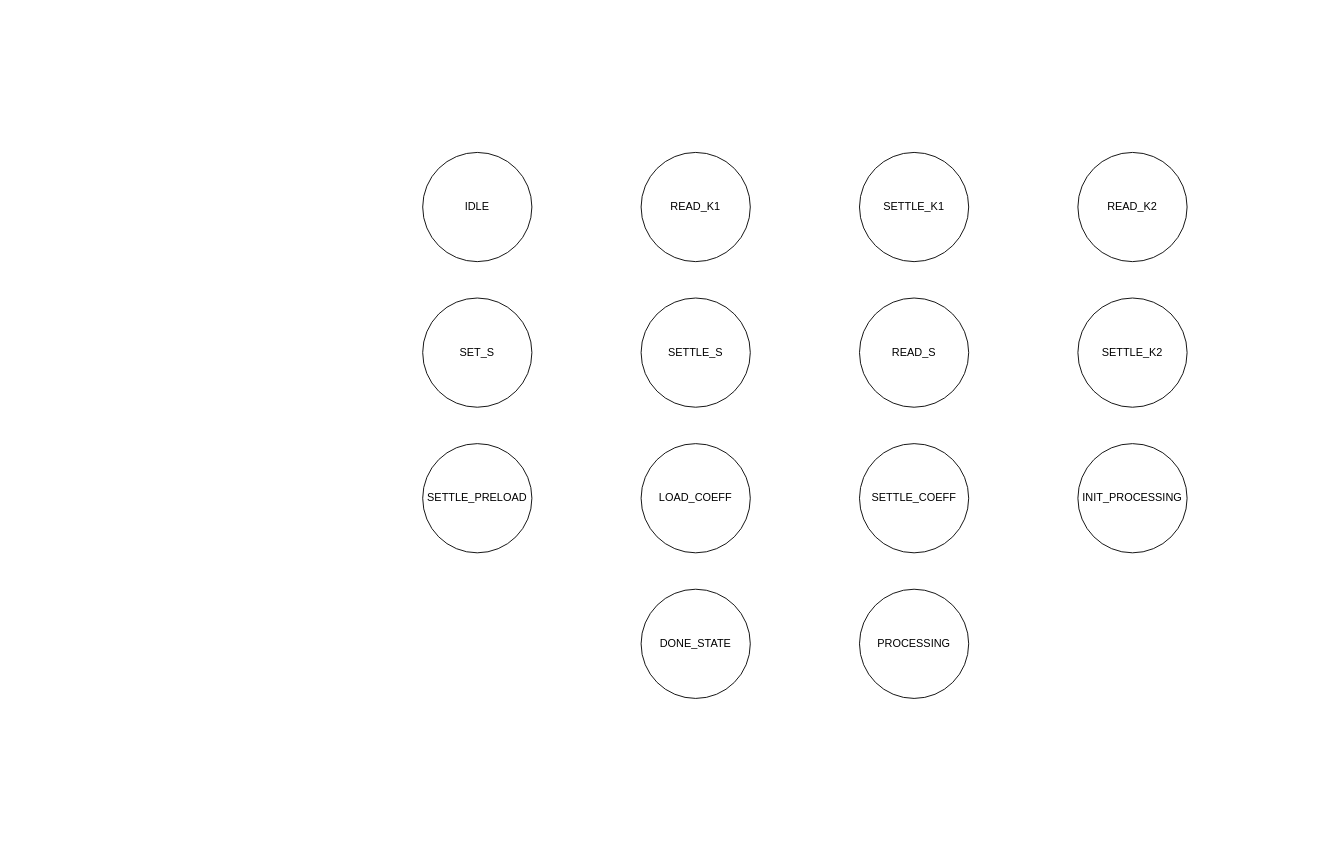
Falco483/Reti2025 keeps this draw.io diagram as FSM_reti.drawio. Above is the earlier version. Source tidied: cells renumbered, new cells numbered last; positions are measured from the earlier drawing's top-left corner, leaving out a move shared by most shapes. Both pictures are drawn from the tidied source at 91%, with x=0, y=0 at pixel (422, 152).
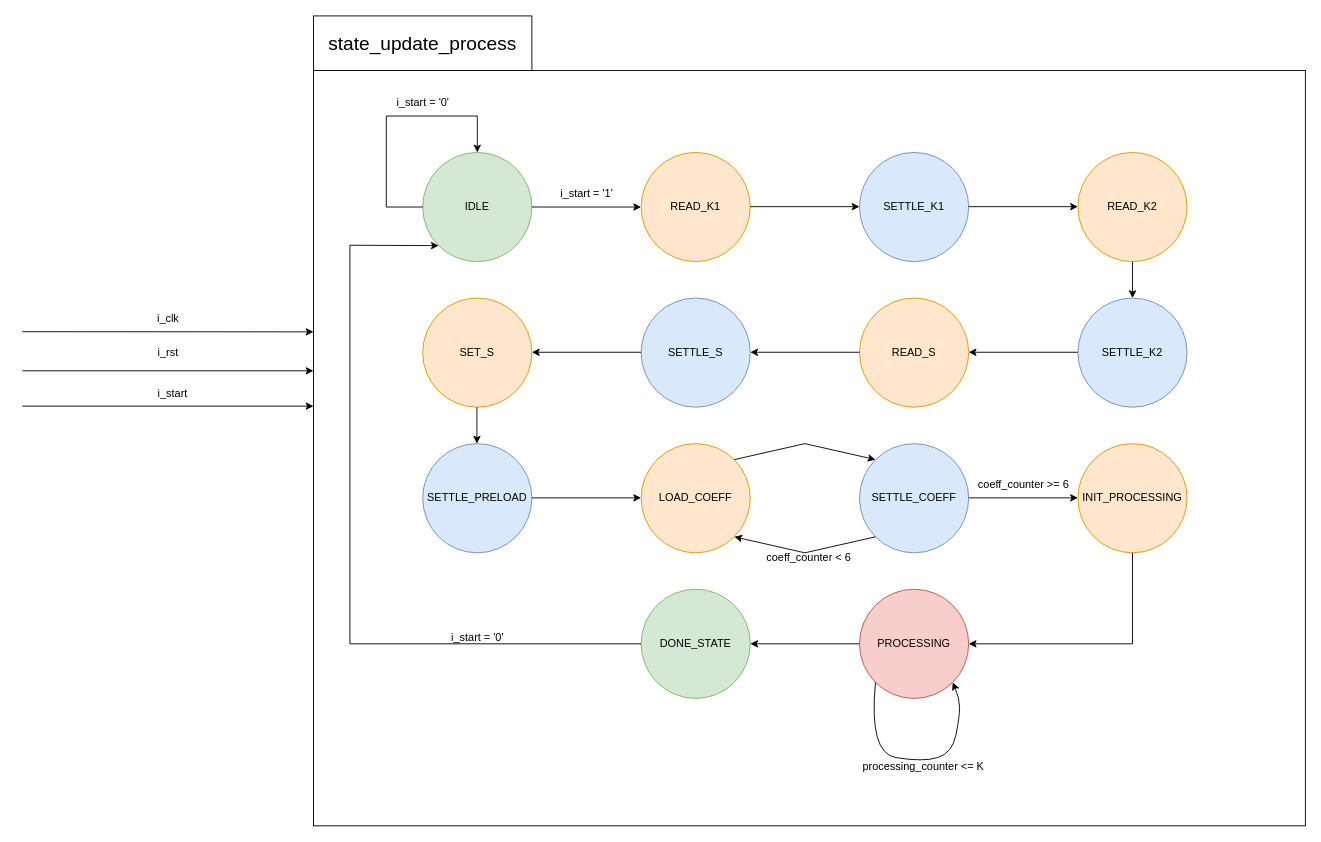
Above is the later version.

Diff of the diagram source:
```diff
@@
+    <mxCell id="16" style="rounded=0;whiteSpace=wrap;html=1;" parent="1" vertex="1">
+      <mxGeometry x="-120" y="-90" width="1090" height="830" as="geometry" />
+    </mxCell>
-    <mxCell id="2" value="IDLE" style="ellipse;whiteSpace=wrap;html=1;" parent="1" vertex="1">
+    <mxCell id="2" value="IDLE" style="ellipse;whiteSpace=wrap;html=1;fillColor=#d5e8d4;strokeColor=#82b366;" parent="1" vertex="1">
       <mxGeometry width="120" height="120" as="geometry" />
     </mxCell>
-    <mxCell id="3" value="READ_K2" style="ellipse;whiteSpace=wrap;html=1;" parent="1" vertex="1">
+    <mxCell id="3" value="READ_K2" style="ellipse;whiteSpace=wrap;html=1;fillColor=#ffe6cc;strokeColor=#d79b00;" parent="1" vertex="1">
       <mxGeometry x="720" width="120" height="120" as="geometry" />
     </mxCell>
-    <mxCell id="4" value="SETTLE_K1" style="ellipse;whiteSpace=wrap;html=1;" parent="1" vertex="1">
+    <mxCell id="4" value="SETTLE_K1" style="ellipse;whiteSpace=wrap;html=1;fillColor=#dae8fc;strokeColor=#6c8ebf;" parent="1" vertex="1">
       <mxGeometry x="480" width="120" height="120" as="geometry" />
     </mxCell>
-    <mxCell id="5" value="READ_K1" style="ellipse;whiteSpace=wrap;html=1;" parent="1" vertex="1">
+    <mxCell id="5" value="READ_K1" style="ellipse;whiteSpace=wrap;html=1;fillColor=#ffe6cc;strokeColor=#d79b00;" parent="1" vertex="1">
       <mxGeometry x="240" width="120" height="120" as="geometry" />
     </mxCell>
-    <mxCell id="6" value="SET_S" style="ellipse;whiteSpace=wrap;html=1;" parent="1" vertex="1">
+    <mxCell id="6" value="SET_S" style="ellipse;whiteSpace=wrap;html=1;fillColor=#ffe6cc;strokeColor=#d79b00;" parent="1" vertex="1">
       <mxGeometry y="160" width="120" height="120" as="geometry" />
     </mxCell>
-    <mxCell id="7" value="SETTLE_K2" style="ellipse;whiteSpace=wrap;html=1;" parent="1" vertex="1">
+    <mxCell id="7" value="SETTLE_K2" style="ellipse;whiteSpace=wrap;html=1;fillColor=#dae8fc;strokeColor=#6c8ebf;" parent="1" vertex="1">
       <mxGeometry x="720" y="160" width="120" height="120" as="geometry" />
     </mxCell>
-    <mxCell id="8" value="READ_S" style="ellipse;whiteSpace=wrap;html=1;" parent="1" vertex="1">
+    <mxCell id="8" value="READ_S" style="ellipse;whiteSpace=wrap;html=1;fillColor=#ffe6cc;strokeColor=#d79b00;" parent="1" vertex="1">
       <mxGeometry x="480" y="160" width="120" height="120" as="geometry" />
     </mxCell>
-    <mxCell id="9" value="SETTLE_S" style="ellipse;whiteSpace=wrap;html=1;" parent="1" vertex="1">
+    <mxCell id="9" value="SETTLE_S" style="ellipse;whiteSpace=wrap;html=1;fillColor=#dae8fc;strokeColor=#6c8ebf;" parent="1" vertex="1">
       <mxGeometry x="240" y="160" width="120" height="120" as="geometry" />
     </mxCell>
-    <mxCell id="10" value="SETTLE_PRELOAD" style="ellipse;whiteSpace=wrap;html=1;" parent="1" vertex="1">
+    <mxCell id="10" value="SETTLE_PRELOAD" style="ellipse;whiteSpace=wrap;html=1;fillColor=#dae8fc;strokeColor=#6c8ebf;" parent="1" vertex="1">
       <mxGeometry y="320" width="120" height="120" as="geometry" />
     </mxCell>
-    <mxCell id="11" value="INIT_PROCESSING" style="ellipse;whiteSpace=wrap;html=1;" parent="1" vertex="1">
+    <mxCell id="11" value="INIT_PROCESSING" style="ellipse;whiteSpace=wrap;html=1;fillColor=#ffe6cc;strokeColor=#d79b00;" parent="1" vertex="1">
       <mxGeometry x="720" y="320" width="120" height="120" as="geometry" />
     </mxCell>
-    <mxCell id="12" value="SETTLE_COEFF" style="ellipse;whiteSpace=wrap;html=1;" parent="1" vertex="1">
+    <mxCell id="12" value="SETTLE_COEFF" style="ellipse;whiteSpace=wrap;html=1;fillColor=#dae8fc;strokeColor=#6c8ebf;" parent="1" vertex="1">
       <mxGeometry x="480" y="320" width="120" height="120" as="geometry" />
     </mxCell>
-    <mxCell id="13" value="LOAD_COEFF" style="ellipse;whiteSpace=wrap;html=1;" parent="1" vertex="1">
+    <mxCell id="13" value="LOAD_COEFF" style="ellipse;whiteSpace=wrap;html=1;fillColor=#ffe6cc;strokeColor=#d79b00;" parent="1" vertex="1">
       <mxGeometry x="240" y="320" width="120" height="120" as="geometry" />
     </mxCell>
-    <mxCell id="14" value="PROCESSING" style="ellipse;whiteSpace=wrap;html=1;" parent="1" vertex="1">
+    <mxCell id="14" value="PROCESSING" style="ellipse;whiteSpace=wrap;html=1;fillColor=#f8cecc;strokeColor=#b85450;" parent="1" vertex="1">
       <mxGeometry x="480" y="480" width="120" height="120" as="geometry" />
     </mxCell>
-    <mxCell id="15" value="DONE_STATE" style="ellipse;whiteSpace=wrap;html=1;" parent="1" vertex="1">
+    <mxCell id="15" value="DONE_STATE" style="ellipse;whiteSpace=wrap;html=1;fillColor=#d5e8d4;strokeColor=#82b366;" parent="1" vertex="1">
       <mxGeometry x="240" y="480" width="120" height="120" as="geometry" />
     </mxCell>
+    <mxCell id="17" style="endArrow=classic;html=1;rounded=0;exitX=1;exitY=0.5;exitDx=0;exitDy=0;entryX=0;entryY=0.5;entryDx=0;entryDy=0;" parent="1" edge="1" source="2" target="5">
+      <mxGeometry relative="1" as="geometry" />
+    </mxCell>
+    <mxCell id="18" style="endArrow=classic;html=1;rounded=0;exitX=1;exitY=0.5;exitDx=0;exitDy=0;entryX=0;entryY=0.5;entryDx=0;entryDy=0;" parent="1" edge="1">
+      <mxGeometry relative="1" as="geometry">
+        <mxPoint x="360" y="59.6" as="sourcePoint" />
+        <mxPoint x="480" y="59.6" as="targetPoint" />
+      </mxGeometry>
+    </mxCell>
+    <mxCell id="19" style="endArrow=classic;html=1;rounded=0;exitX=1;exitY=0.5;exitDx=0;exitDy=0;entryX=0;entryY=0.5;entryDx=0;entryDy=0;" parent="1" edge="1">
+      <mxGeometry relative="1" as="geometry">
+        <mxPoint x="600" y="59.6" as="sourcePoint" />
+        <mxPoint x="720" y="59.6" as="targetPoint" />
+      </mxGeometry>
+    </mxCell>
+    <mxCell id="20" style="endArrow=classic;html=1;rounded=0;exitX=1;exitY=0.5;exitDx=0;exitDy=0;entryX=0;entryY=0.5;entryDx=0;entryDy=0;" parent="1" edge="1">
+      <mxGeometry relative="1" as="geometry">
+        <mxPoint x="720" y="219.6" as="sourcePoint" />
+        <mxPoint x="600" y="219.6" as="targetPoint" />
+      </mxGeometry>
+    </mxCell>
+    <mxCell id="21" style="endArrow=classic;html=1;rounded=0;exitX=1;exitY=0.5;exitDx=0;exitDy=0;entryX=0;entryY=0.5;entryDx=0;entryDy=0;" parent="1" edge="1">
+      <mxGeometry relative="1" as="geometry">
+        <mxPoint x="480" y="219.6" as="sourcePoint" />
+        <mxPoint x="360" y="219.6" as="targetPoint" />
+      </mxGeometry>
+    </mxCell>
+    <mxCell id="22" style="endArrow=classic;html=1;rounded=0;exitX=1;exitY=0.5;exitDx=0;exitDy=0;entryX=0;entryY=0.5;entryDx=0;entryDy=0;" parent="1" edge="1">
+      <mxGeometry relative="1" as="geometry">
+        <mxPoint x="240" y="219.6" as="sourcePoint" />
+        <mxPoint x="120" y="219.6" as="targetPoint" />
+      </mxGeometry>
+    </mxCell>
+    <mxCell id="23" style="endArrow=classic;html=1;rounded=0;exitX=1;exitY=0.5;exitDx=0;exitDy=0;entryX=0;entryY=0.5;entryDx=0;entryDy=0;" parent="1" edge="1">
+      <mxGeometry relative="1" as="geometry">
+        <mxPoint x="120" y="379.6" as="sourcePoint" />
+        <mxPoint x="240" y="379.6" as="targetPoint" />
+      </mxGeometry>
+    </mxCell>
+    <mxCell id="24" style="endArrow=classic;html=1;rounded=0;exitX=1;exitY=0;exitDx=0;exitDy=0;entryX=0;entryY=0;entryDx=0;entryDy=0;" parent="1" edge="1" source="13" target="12">
+      <mxGeometry relative="1" as="geometry">
+        <Array as="points">
+          <mxPoint x="420" y="320" />
+        </Array>
+      </mxGeometry>
+    </mxCell>
+    <mxCell id="25" style="endArrow=classic;html=1;rounded=0;exitX=1;exitY=0.5;exitDx=0;exitDy=0;entryX=0;entryY=0.5;entryDx=0;entryDy=0;" parent="1" edge="1">
+      <mxGeometry relative="1" as="geometry">
+        <mxPoint x="600" y="379.6" as="sourcePoint" />
+        <mxPoint x="720" y="379.6" as="targetPoint" />
+      </mxGeometry>
+    </mxCell>
+    <mxCell id="26" style="endArrow=classic;html=1;rounded=0;exitX=0.5;exitY=1;exitDx=0;exitDy=0;entryX=0.5;entryY=0;entryDx=0;entryDy=0;" parent="1" edge="1" source="3" target="7">
+      <mxGeometry relative="1" as="geometry" />
+    </mxCell>
+    <mxCell id="27" style="endArrow=classic;html=1;rounded=0;exitX=0.5;exitY=1;exitDx=0;exitDy=0;entryX=0.5;entryY=0;entryDx=0;entryDy=0;" parent="1" edge="1">
+      <mxGeometry relative="1" as="geometry">
+        <mxPoint x="59.6" y="280" as="sourcePoint" />
+        <mxPoint x="59.6" y="320" as="targetPoint" />
+      </mxGeometry>
+    </mxCell>
+    <mxCell id="28" style="endArrow=classic;html=1;rounded=0;exitX=0.5;exitY=1;exitDx=0;exitDy=0;entryX=1;entryY=0.5;entryDx=0;entryDy=0;" parent="1" edge="1" source="11" target="14">
+      <mxGeometry relative="1" as="geometry">
+        <Array as="points">
+          <mxPoint x="780" y="540" />
+        </Array>
+      </mxGeometry>
+    </mxCell>
+    <mxCell id="29" style="endArrow=classic;html=1;rounded=0;exitX=0;exitY=0.5;exitDx=0;exitDy=0;entryX=1;entryY=0.5;entryDx=0;entryDy=0;" parent="1" edge="1" source="14" target="15">
+      <mxGeometry relative="1" as="geometry" />
+    </mxCell>
+    <mxCell id="30" style="endArrow=classic;html=1;rounded=0;exitX=0;exitY=0.5;exitDx=0;exitDy=0;entryX=0.5;entryY=0;entryDx=0;entryDy=0;" parent="1" edge="1">
+      <mxGeometry relative="1" as="geometry">
+        <mxPoint y="60" as="sourcePoint" />
+        <mxPoint x="60" as="targetPoint" />
+        <Array as="points">
+          <mxPoint x="-40" y="60" />
+          <mxPoint x="-40" y="-40" />
+          <mxPoint x="60" y="-40" />
+        </Array>
+      </mxGeometry>
+    </mxCell>
+    <mxCell id="31" value="i_start = '0'" style="text;html=1;align=center;verticalAlign=middle;strokeColor=none;fillColor=none;gradientColor=none;" parent="1" vertex="1">
+      <mxGeometry x="-40" y="-70" width="80" height="30" as="geometry" />
+    </mxCell>
+    <mxCell id="32" value="i_start = '1'" style="text;html=1;align=center;verticalAlign=middle;strokeColor=none;fillColor=none;" parent="1" vertex="1">
+      <mxGeometry x="140" y="30" width="80" height="30" as="geometry" />
+    </mxCell>
+    <mxCell id="33" style="endArrow=classic;html=1;rounded=0;exitX=0;exitY=1;exitDx=0;exitDy=0;entryX=1;entryY=1;entryDx=0;entryDy=0;" parent="1" edge="1" source="12" target="13">
+      <mxGeometry relative="1" as="geometry">
+        <Array as="points">
+          <mxPoint x="420" y="440" />
+        </Array>
+      </mxGeometry>
+    </mxCell>
+    <mxCell id="34" value="coeff_counter &amp;lt; 6" style="text;html=1;align=center;verticalAlign=middle;strokeColor=none;fillColor=none;" parent="1" vertex="1">
+      <mxGeometry x="364" y="430" width="120" height="30" as="geometry" />
+    </mxCell>
+    <mxCell id="35" value="coeff_counter &amp;gt;= 6" style="text;html=1;align=center;verticalAlign=middle;strokeColor=none;fillColor=none;" parent="1" vertex="1">
+      <mxGeometry x="600" y="350" width="120" height="30" as="geometry" />
+    </mxCell>
+    <mxCell id="36" style="curved=1;endArrow=classic;html=1;rounded=0;exitX=0;exitY=1;exitDx=0;exitDy=0;entryX=1;entryY=1;entryDx=0;entryDy=0;" parent="1" edge="1" source="14" target="14">
+      <mxGeometry relative="1" as="geometry">
+        <Array as="points">
+          <mxPoint x="490" y="660" />
+          <mxPoint x="550" y="670" />
+          <mxPoint x="582" y="660" />
+          <mxPoint x="590" y="620" />
+          <mxPoint x="590" y="600" />
+        </Array>
+      </mxGeometry>
+    </mxCell>
+    <mxCell id="37" value="processing_counter &amp;lt;= K" style="text;html=1;align=center;verticalAlign=middle;strokeColor=none;fillColor=none;" parent="1" vertex="1">
+      <mxGeometry x="470" y="660" width="160" height="30" as="geometry" />
+    </mxCell>
+    <mxCell id="38" style="endArrow=classic;html=1;rounded=0;exitX=0;exitY=0.5;exitDx=0;exitDy=0;entryX=0;entryY=1;entryDx=0;entryDy=0;" parent="1" edge="1" source="15" target="2">
+      <mxGeometry relative="1" as="geometry">
+        <Array as="points">
+          <mxPoint x="-80" y="540" />
+          <mxPoint x="-80" y="102" />
+        </Array>
+      </mxGeometry>
+    </mxCell>
+    <mxCell id="39" value="i_start = '0'" style="text;html=1;align=center;verticalAlign=middle;strokeColor=none;fillColor=none;" parent="1" vertex="1">
+      <mxGeometry x="20" y="518" width="80" height="30" as="geometry" />
+    </mxCell>
+    <mxCell id="40" style="endArrow=classic;html=1;rounded=0;entryX=0;entryY=0.346;entryDx=0;entryDy=0;entryPerimeter=0;" parent="1" edge="1" target="16">
+      <mxGeometry relative="1" as="geometry">
+        <mxPoint x="-440" y="197" as="sourcePoint" />
+      </mxGeometry>
+    </mxCell>
+    <mxCell id="41" style="endArrow=classic;html=1;rounded=0;entryX=0;entryY=0.346;entryDx=0;entryDy=0;entryPerimeter=0;" parent="1" edge="1">
+      <mxGeometry relative="1" as="geometry">
+        <mxPoint x="-440" y="240" as="sourcePoint" />
+        <mxPoint x="-120" y="240" as="targetPoint" />
+      </mxGeometry>
+    </mxCell>
+    <mxCell id="42" style="endArrow=classic;html=1;rounded=0;entryX=0;entryY=0.346;entryDx=0;entryDy=0;entryPerimeter=0;" parent="1" edge="1">
+      <mxGeometry relative="1" as="geometry">
+        <mxPoint x="-440" y="278.8" as="sourcePoint" />
+        <mxPoint x="-120" y="278.8" as="targetPoint" />
+      </mxGeometry>
+    </mxCell>
+    <mxCell id="43" value="i_clk" style="text;html=1;align=center;verticalAlign=middle;strokeColor=none;fillColor=none;" parent="1" vertex="1">
+      <mxGeometry x="-305" y="168" width="50" height="30" as="geometry" />
+    </mxCell>
+    <mxCell id="44" value="i_rst" style="text;html=1;align=center;verticalAlign=middle;strokeColor=none;fillColor=none;" parent="1" vertex="1">
+      <mxGeometry x="-305" y="205" width="50" height="30" as="geometry" />
+    </mxCell>
+    <mxCell id="45" value="i_start" style="text;html=1;align=center;verticalAlign=middle;strokeColor=none;fillColor=none;" parent="1" vertex="1">
+      <mxGeometry x="-305" y="250" width="60" height="30" as="geometry" />
+    </mxCell>
+    <mxCell id="46" value="&lt;font style=&quot;font-size: 21px;&quot;&gt;state_update_process&lt;/font&gt;" style="rounded=0;whiteSpace=wrap;html=1;" parent="1" vertex="1">
+      <mxGeometry x="-120" y="-150" width="240" height="60" as="geometry" />
+    </mxCell>
```
